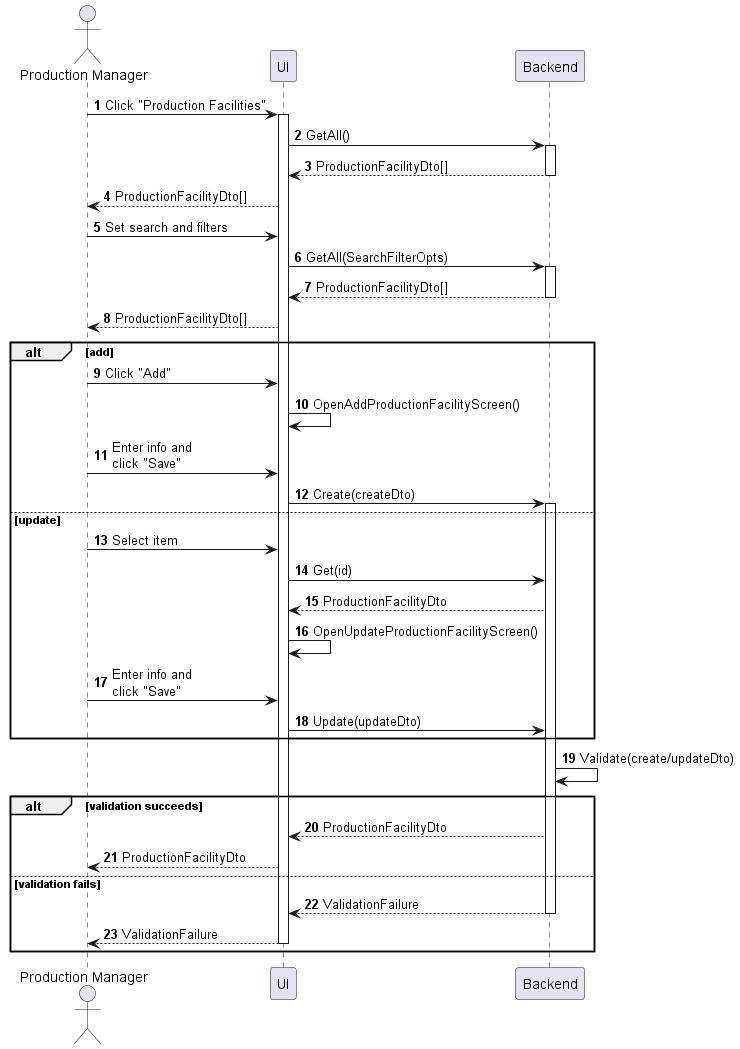
Above: sequences/production-facility-manage.png in phihungha/scmss-reqs (PlantUML), before the change.
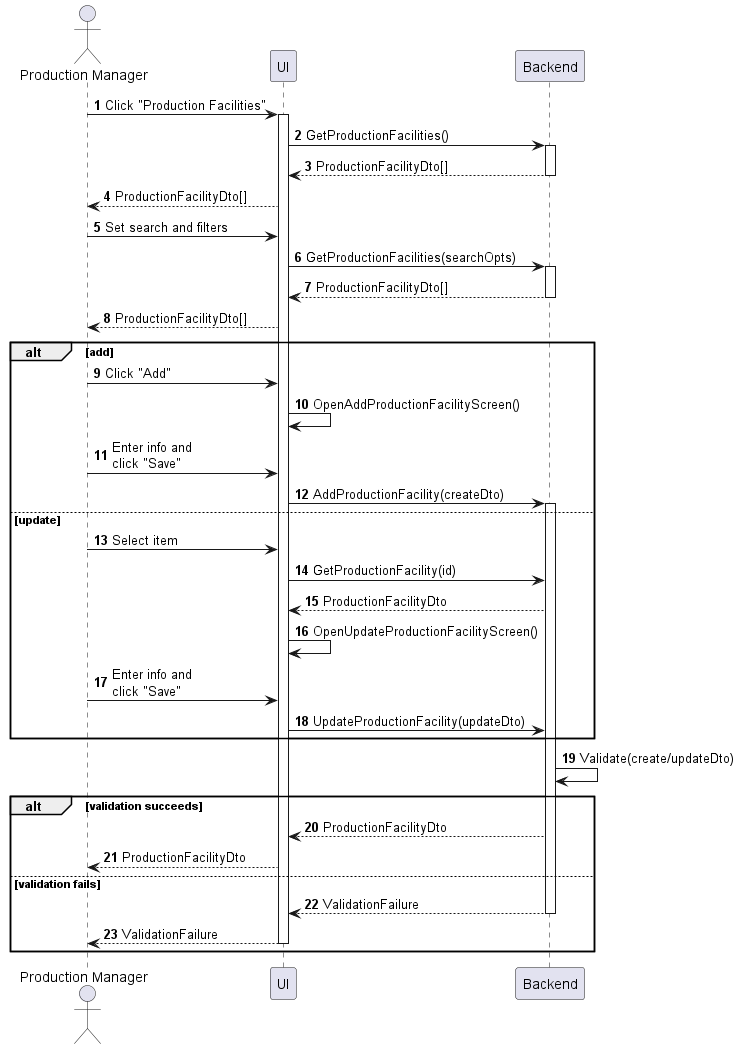
Later version of the same file.

The edit, as a diff of the source:
```diff
@@ -7,12 +7,12 @@
 
 a -> f : Click "Production Facilities"
 activate f
-f -> b : GetAll()
+f -> b : GetProductionFacilities()
 activate b
 return ProductionFacilityDto[]
 f --> a : ProductionFacilityDto[]
 a -> f : Set search and filters
-f -> b : GetAll(SearchFilterOpts)
+f -> b : GetProductionFacilities(searchOpts)
 activate b
 return ProductionFacilityDto[]
 f --> a : ProductionFacilityDto[]
@@ -21,15 +21,15 @@
     a -> f : Click "Add"
     f -> f : OpenAddProductionFacilityScreen()
     a -> f : Enter info and\nclick "Save"
-    f -> b : Create(createDto)
+    f -> b : AddProductionFacility(createDto)
     activate b
 else update
     a -> f : Select item
-    f -> b : Get(id)
+    f -> b : GetProductionFacility(id)
     b --> f : ProductionFacilityDto
     f -> f : OpenUpdateProductionFacilityScreen()
     a -> f : Enter info and\nclick "Save"
-    f -> b : Update(updateDto)
+    f -> b : UpdateProductionFacility(updateDto)
 end
 
 b -> b : Validate(create/updateDto)
```
